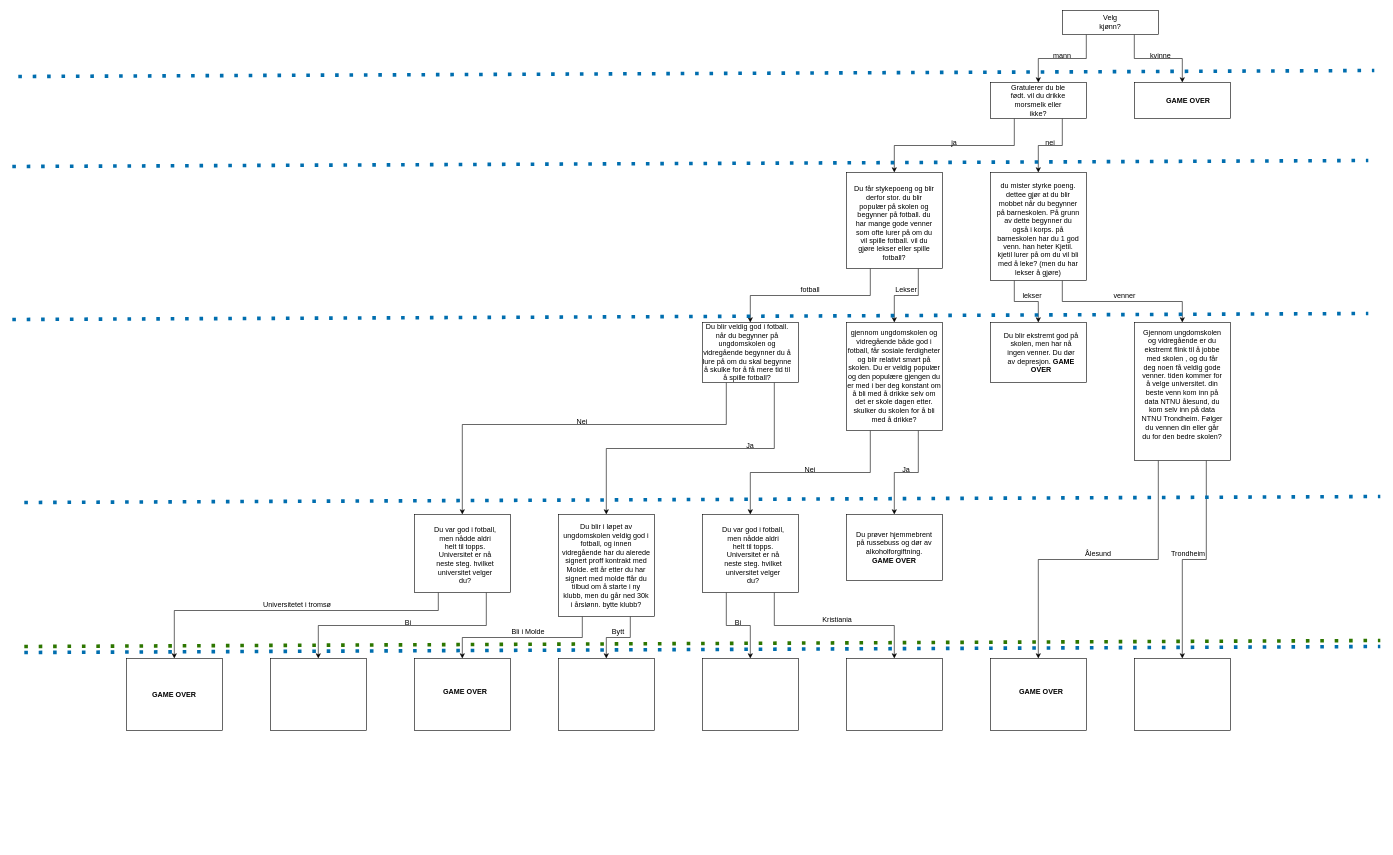
Before: Branches PATHS.drawio in Stianlyng/paths, a draw.io diagram. Source tidied: cells renumbered, new cells numbered last; positions are measured from the earlier drawing's top-left corner, leaving out a move shared by most shapes. Both pictures are drawn from the tidied source at 60%, with x=0, y=0 at pixel (12, 10).
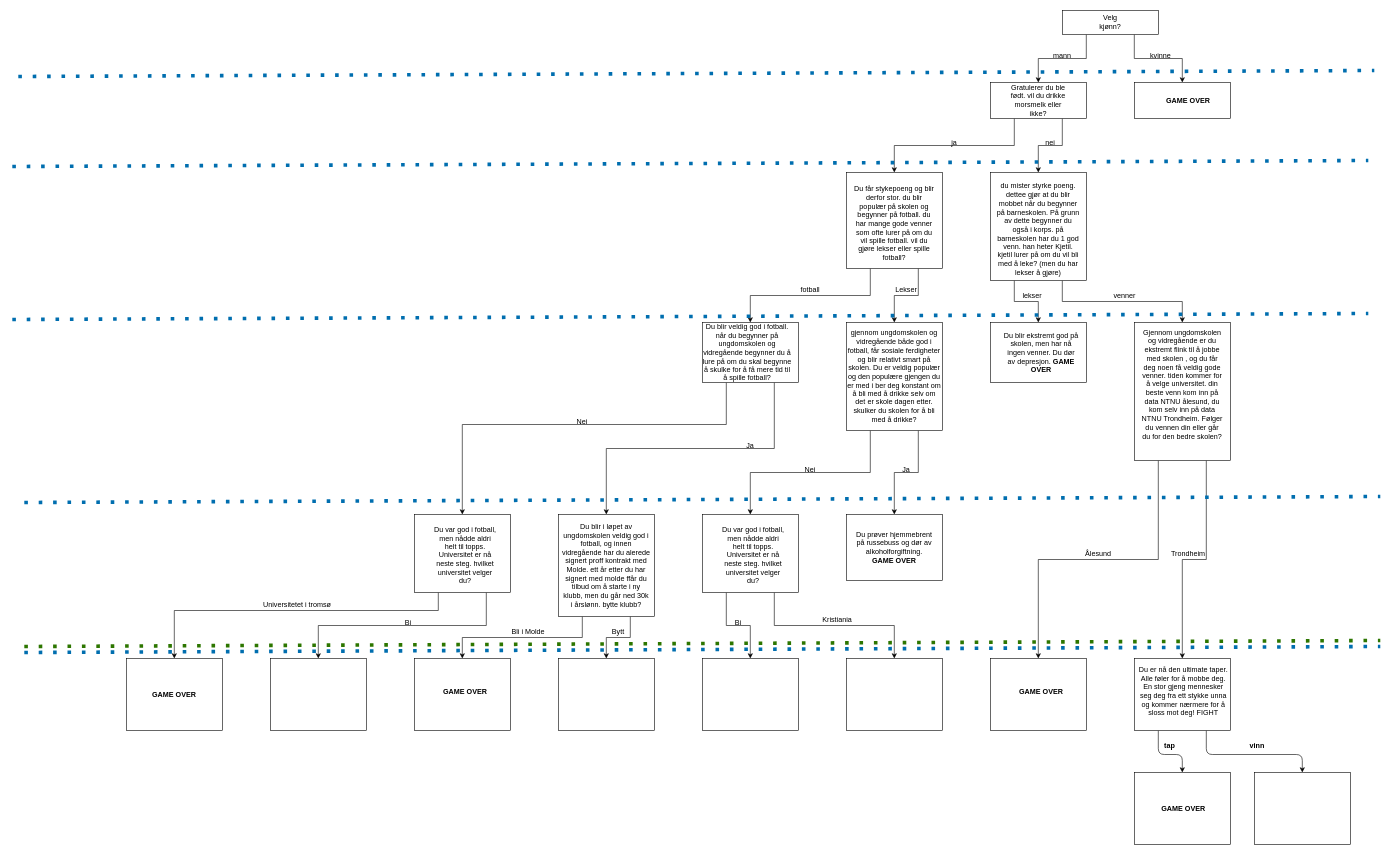
Above is the later version.

Commit message (it also covers changes not shown here):
fixed damage in fight scene

The change refers to these unchanged cells:
```xml
<mxCell id="61" style="rounded=0;whiteSpace=wrap;html=1;" parent="1" vertex="1">
  <mxGeometry x="1870" y="1080" width="160" height="120" as="geometry" />
</mxCell>
```

The edit, as a diff of the source:
```diff
@@
+    <mxCell id="85" style="edgeStyle=none;html=1;exitX=0.25;exitY=1;exitDx=0;exitDy=0;entryX=0.5;entryY=0;entryDx=0;entryDy=0;" parent="1" edge="1" source="61" target="88">
+      <mxGeometry relative="1" as="geometry">
+        <Array as="points">
+          <mxPoint x="1910" y="1240" />
+          <mxPoint x="1950" y="1240" />
+        </Array>
+      </mxGeometry>
+    </mxCell>
+    <mxCell id="86" style="edgeStyle=none;html=1;exitX=0.75;exitY=1;exitDx=0;exitDy=0;entryX=0.5;entryY=0;entryDx=0;entryDy=0;" parent="1" edge="1" source="61" target="90">
+      <mxGeometry relative="1" as="geometry">
+        <Array as="points">
+          <mxPoint x="1990" y="1240" />
+          <mxPoint x="2150" y="1240" />
+        </Array>
+      </mxGeometry>
+    </mxCell>
@@
+    <mxCell id="87" value="Du er nå den ultimate taper. Alle føler for å mobbe deg.&lt;br&gt;En stor gjeng mennesker seg deg fra ett stykke unna og kommer nærmere for å sloss mot deg! FIGHT" style="text;html=1;strokeColor=none;fillColor=none;align=center;verticalAlign=middle;whiteSpace=wrap;rounded=0;" parent="1" vertex="1">
+      <mxGeometry x="1874" y="1086.2" width="156" height="97.5" as="geometry" />
+    </mxCell>
+    <mxCell id="88" style="rounded=0;whiteSpace=wrap;html=1;" parent="1" vertex="1">
+      <mxGeometry x="1870" y="1270" width="160" height="120" as="geometry" />
+    </mxCell>
+    <mxCell id="89" value="&lt;b&gt;GAME OVER&lt;/b&gt;" style="text;html=1;strokeColor=none;fillColor=none;align=center;verticalAlign=middle;whiteSpace=wrap;rounded=0;" parent="1" vertex="1">
+      <mxGeometry x="1897" y="1315" width="110" height="30" as="geometry" />
+    </mxCell>
+    <mxCell id="90" style="rounded=0;whiteSpace=wrap;html=1;" parent="1" vertex="1">
+      <mxGeometry x="2070" y="1270" width="160" height="120" as="geometry" />
+    </mxCell>
+    <mxCell id="91" value="&lt;b&gt;tap&lt;/b&gt;" style="text;html=1;strokeColor=none;fillColor=none;align=center;verticalAlign=middle;whiteSpace=wrap;rounded=0;" parent="1" vertex="1">
+      <mxGeometry x="1874" y="1210" width="110" height="30" as="geometry" />
+    </mxCell>
+    <mxCell id="92" value="&lt;b&gt;vinn&lt;/b&gt;" style="text;html=1;strokeColor=none;fillColor=none;align=center;verticalAlign=middle;whiteSpace=wrap;rounded=0;" parent="1" vertex="1">
+      <mxGeometry x="2020" y="1210" width="110" height="30" as="geometry" />
+    </mxCell>
```
